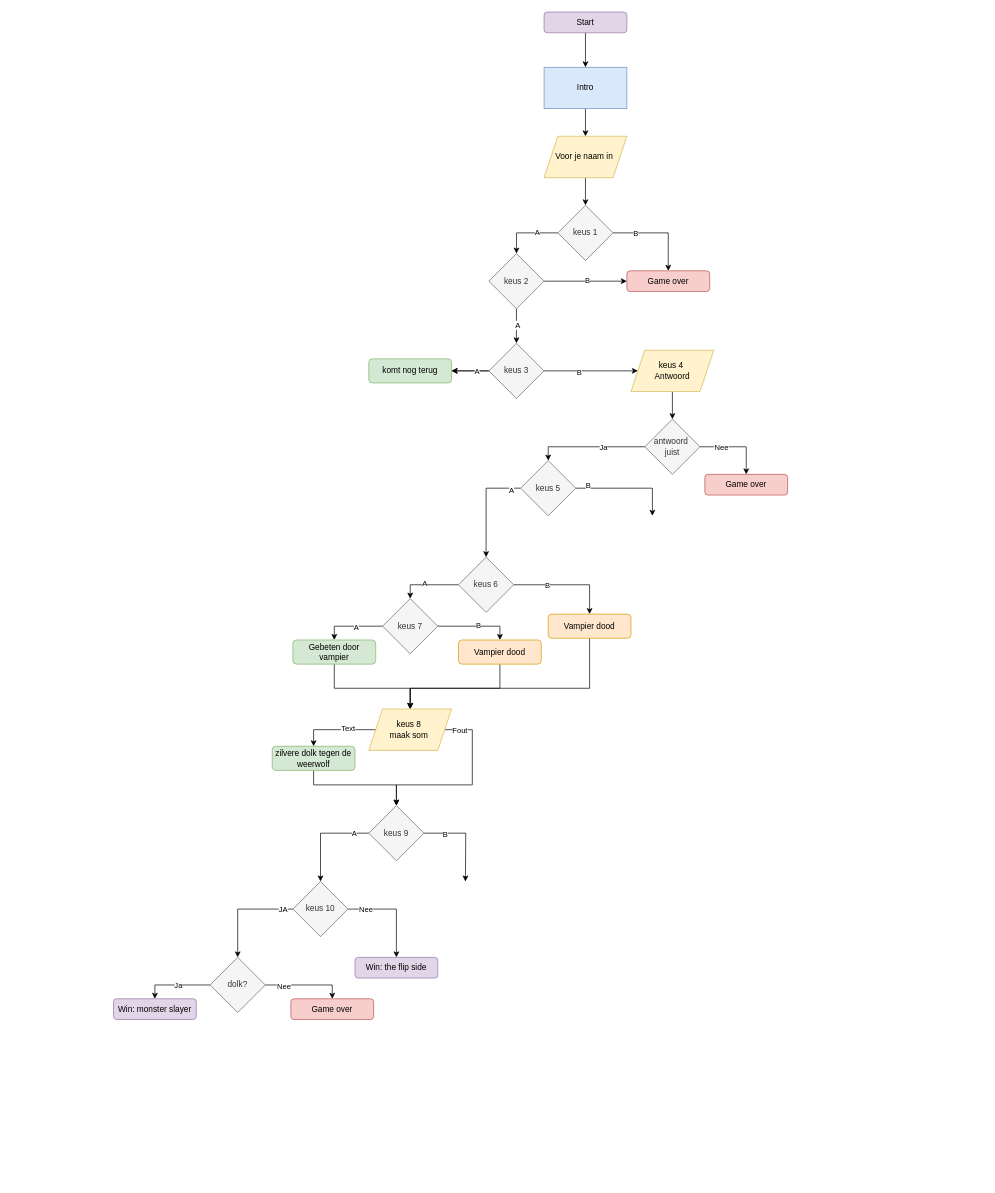
Earlier version of the draw.io diagram module_3/proef_3/week 9.drawio (RuoFeng207/leren_programmeren). Source tidied: cells renumbered, new cells numbered last; positions are measured from the earlier drawing's top-left corner, leaving out a move shared by most shapes. Both pictures are drawn from the tidied source at 69%, with x=0, y=0 at pixel (113, 12).
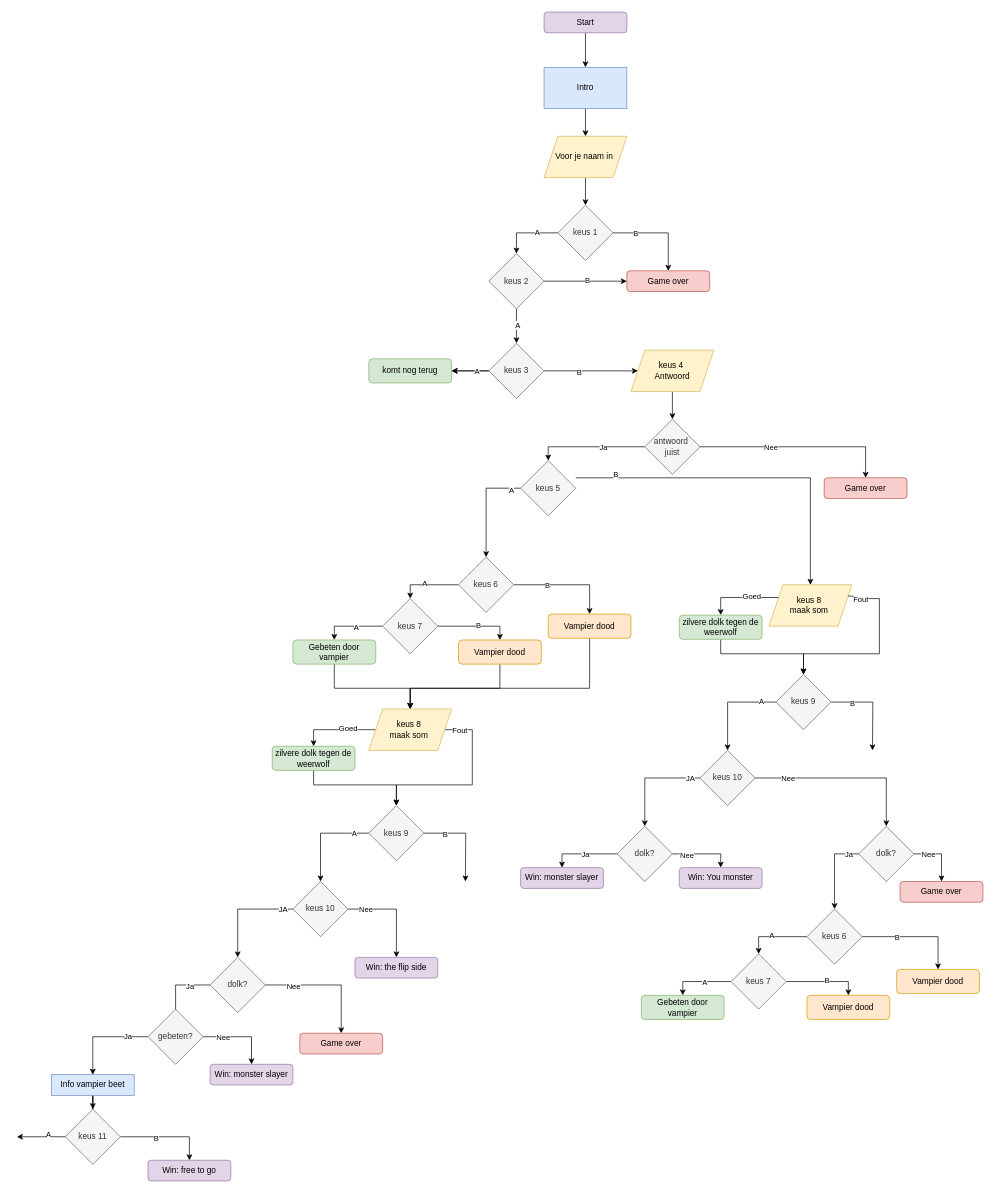
The same diagram, later.

Unchanged cells that the change refers to:
```xml
<mxCell id="37" value="keus 5" style="rhombus;whiteSpace=wrap;html=1;fillColor=#f5f5f5;fontColor=#333333;strokeColor=#666666;" parent="1" vertex="1">
  <mxGeometry x="590" y="650" width="80" height="80" as="geometry" />
</mxCell>
<mxCell id="57" style="edgeStyle=orthogonalEdgeStyle;rounded=0;jettySize=auto;html=1;entryX=0.5;entryY=0;entryDx=0;entryDy=0;" parent="1" edge="1" source="59" target="66">
  <mxGeometry relative="1" as="geometry" />
</mxCell>
<mxCell id="77" value="dolk?" style="rhombus;whiteSpace=wrap;html=1;fillColor=#f5f5f5;fontColor=#333333;strokeColor=#666666;" parent="1" vertex="1">
  <mxGeometry x="140" y="1370" width="80" height="80" as="geometry" />
</mxCell>
```

What changed in the source:
```diff
@@
-    <mxCell id="33" style="edgeStyle=orthogonalEdgeStyle;rounded=0;jettySize=auto;html=1;" parent="1" edge="1" source="37">
+    <mxCell id="33" style="edgeStyle=orthogonalEdgeStyle;rounded=0;jettySize=auto;html=1;entryX=0.5;entryY=0;entryDx=0;entryDy=0;" parent="1" edge="1" target="80">
       <mxGeometry relative="1" as="geometry">
-        <mxPoint x="781" y="730" as="targetPoint" />
+        <mxPoint x="670" y="675" as="sourcePoint" />
         <Array as="points">
-          <mxPoint x="781" y="690" />
+          <mxPoint x="1010" y="675" />
         </Array>
       </mxGeometry>
     </mxCell>
@@
     <mxCell id="38" value="Game over" style="rounded=1;whiteSpace=wrap;html=1;fillColor=#f8cecc;strokeColor=#b85450;" parent="1" vertex="1">
-      <mxGeometry x="857" y="670" width="120" height="30" as="geometry" />
+      <mxGeometry x="1030" y="675" width="120" height="30" as="geometry" />
     </mxCell>
@@
-    <mxCell id="58" value="Text" style="edgeLabel;html=1;align=center;verticalAlign=middle;" parent="57" vertex="1">
+    <mxCell id="58" value="Goed" style="edgeLabel;html=1;align=center;verticalAlign=middle;" parent="57" vertex="1">
       <mxGeometry x="-0.28" y="-2" relative="1" as="geometry" />
     </mxCell>
@@
-    <mxCell id="73" style="edgeStyle=orthogonalEdgeStyle;rounded=0;jettySize=auto;html=1;entryX=0.5;entryY=0;entryDx=0;entryDy=0;" parent="1" edge="1" source="77" target="78">
+    <mxCell id="73" style="edgeStyle=orthogonalEdgeStyle;rounded=0;jettySize=auto;html=1;" parent="1" edge="1" source="77" target="128">
       <mxGeometry relative="1" as="geometry" />
     </mxCell>
@@
-    <mxCell id="75" style="edgeStyle=orthogonalEdgeStyle;rounded=0;jettySize=auto;html=1;entryX=0.5;entryY=0;entryDx=0;entryDy=0;" parent="1" edge="1" source="77" target="79">
-      <mxGeometry relative="1" as="geometry" />
+    <mxCell id="75" style="edgeStyle=orthogonalEdgeStyle;rounded=0;jettySize=auto;html=1;entryX=0.5;entryY=0;entryDx=0;entryDy=0;" parent="1" edge="1" source="77" target="127">
+      <mxGeometry relative="1" as="geometry">
+        <Array as="points">
+          <mxPoint x="90" y="1410" />
+          <mxPoint x="90" y="1470" />
+        </Array>
+      </mxGeometry>
     </mxCell>
     <mxCell id="76" value="Ja" style="edgeLabel;html=1;align=center;verticalAlign=middle;" parent="75" vertex="1">
       <mxGeometry x="-0.04" relative="1" as="geometry">
-        <mxPoint x="1" as="offset" />
+        <mxPoint x="20" y="-14" as="offset" />
       </mxGeometry>
     </mxCell>
@@
-    <mxCell id="78" value="Game over" style="rounded=1;whiteSpace=wrap;html=1;fillColor=#f8cecc;strokeColor=#b85450;" parent="1" vertex="1">
-      <mxGeometry x="257" y="1430" width="120" height="30" as="geometry" />
-    </mxCell>
     <mxCell id="79" value="Win: monster slayer" style="rounded=1;whiteSpace=wrap;html=1;fillColor=#e1d5e7;strokeColor=#9673a6;" parent="1" vertex="1">
-      <mxGeometry y="1430" width="120" height="30" as="geometry" />
+      <mxGeometry x="140" y="1525" width="120" height="30" as="geometry" />
     </mxCell>
+    <mxCell id="80" value="keus 8&amp;nbsp;&lt;div&gt;maak som&amp;nbsp;&lt;/div&gt;" style="shape=parallelogram;perimeter=parallelogramPerimeter;whiteSpace=wrap;html=1;fixedSize=1;fillColor=#fff2cc;strokeColor=#d6b656;" parent="1" vertex="1">
+      <mxGeometry x="950" y="830" width="120" height="60" as="geometry" />
+    </mxCell>
+    <mxCell id="81" style="edgeStyle=orthogonalEdgeStyle;rounded=0;jettySize=auto;html=1;entryX=0.5;entryY=0;entryDx=0;entryDy=0;exitX=1;exitY=0.25;exitDx=0;exitDy=0;" parent="1" edge="1" source="80" target="89">
+      <mxGeometry relative="1" as="geometry">
+        <Array as="points">
+          <mxPoint x="1075" y="850" />
+          <mxPoint x="1110" y="850" />
+          <mxPoint x="1110" y="930" />
+          <mxPoint x="1000" y="930" />
+        </Array>
+      </mxGeometry>
+    </mxCell>
+    <mxCell id="82" value="Fout" style="edgeLabel;html=1;align=center;verticalAlign=middle;" parent="81" vertex="1">
+      <mxGeometry x="-0.78" y="1" relative="1" as="geometry">
+        <mxPoint x="-8" y="1" as="offset" />
+      </mxGeometry>
+    </mxCell>
+    <mxCell id="83" style="edgeStyle=orthogonalEdgeStyle;rounded=0;jettySize=auto;html=1;entryX=0.5;entryY=0;entryDx=0;entryDy=0;exitX=0;exitY=0.25;exitDx=0;exitDy=0;" parent="1" edge="1" source="80" target="91">
+      <mxGeometry relative="1" as="geometry" />
+    </mxCell>
+    <mxCell id="84" value="Goed" style="edgeLabel;html=1;align=center;verticalAlign=middle;" parent="83" vertex="1">
+      <mxGeometry x="-0.28" y="-2" relative="1" as="geometry" />
+    </mxCell>
+    <mxCell id="85" style="edgeStyle=orthogonalEdgeStyle;rounded=0;jettySize=auto;html=1;" parent="1" edge="1" source="89">
+      <mxGeometry relative="1" as="geometry">
+        <mxPoint x="1100" y="1070" as="targetPoint" />
+      </mxGeometry>
+    </mxCell>
+    <mxCell id="86" value="B" style="edgeLabel;html=1;align=center;verticalAlign=middle;" parent="85" vertex="1">
+      <mxGeometry x="-0.54" y="-1" relative="1" as="geometry" />
+    </mxCell>
+    <mxCell id="87" style="edgeStyle=orthogonalEdgeStyle;rounded=0;jettySize=auto;html=1;entryX=0.5;entryY=0;entryDx=0;entryDy=0;" parent="1" edge="1" source="89" target="96">
+      <mxGeometry relative="1" as="geometry" />
+    </mxCell>
+    <mxCell id="88" value="A" style="edgeLabel;html=1;align=center;verticalAlign=middle;" parent="87" vertex="1">
+      <mxGeometry x="-0.69" y="-1" relative="1" as="geometry" />
+    </mxCell>
+    <mxCell id="89" value="keus 9" style="rhombus;whiteSpace=wrap;html=1;fillColor=#f5f5f5;fontColor=#333333;strokeColor=#666666;" parent="1" vertex="1">
+      <mxGeometry x="960" y="960" width="80" height="80" as="geometry" />
+    </mxCell>
+    <mxCell id="90" style="edgeStyle=orthogonalEdgeStyle;rounded=0;jettySize=auto;html=1;entryX=0.5;entryY=0;entryDx=0;entryDy=0;" parent="1" edge="1" source="91" target="89">
+      <mxGeometry relative="1" as="geometry">
+        <Array as="points">
+          <mxPoint x="880" y="930" />
+          <mxPoint x="1000" y="930" />
+        </Array>
+      </mxGeometry>
+    </mxCell>
+    <mxCell id="91" value="zilvere dolk tegen de weerwolf" style="rounded=1;whiteSpace=wrap;html=1;fillColor=#d5e8d4;strokeColor=#82b366;" parent="1" vertex="1">
+      <mxGeometry x="820" y="874" width="120" height="35" as="geometry" />
+    </mxCell>
+    <mxCell id="92" style="edgeStyle=orthogonalEdgeStyle;rounded=0;jettySize=auto;html=1;entryX=0.5;entryY=0;entryDx=0;entryDy=0;" parent="1" edge="1" source="96" target="108">
+      <mxGeometry relative="1" as="geometry" />
+    </mxCell>
+    <mxCell id="93" value="Nee" style="edgeLabel;html=1;align=center;verticalAlign=middle;" parent="92" vertex="1">
+      <mxGeometry x="-0.64" relative="1" as="geometry" />
+    </mxCell>
+    <mxCell id="94" style="edgeStyle=orthogonalEdgeStyle;rounded=0;jettySize=auto;html=1;entryX=0.5;entryY=0;entryDx=0;entryDy=0;" parent="1" edge="1" source="96" target="101">
+      <mxGeometry relative="1" as="geometry" />
+    </mxCell>
+    <mxCell id="95" value="JA" style="edgeLabel;html=1;align=center;verticalAlign=middle;" parent="94" vertex="1">
+      <mxGeometry x="-0.8" relative="1" as="geometry" />
+    </mxCell>
+    <mxCell id="96" value="keus 10" style="rhombus;whiteSpace=wrap;html=1;fillColor=#f5f5f5;fontColor=#333333;strokeColor=#666666;" parent="1" vertex="1">
+      <mxGeometry x="850" y="1070" width="80" height="80" as="geometry" />
+    </mxCell>
+    <mxCell id="97" style="edgeStyle=orthogonalEdgeStyle;rounded=0;jettySize=auto;html=1;entryX=0.5;entryY=0;entryDx=0;entryDy=0;" parent="1" edge="1" source="101" target="103">
+      <mxGeometry relative="1" as="geometry" />
+    </mxCell>
+    <mxCell id="98" value="Nee" style="edgeLabel;html=1;align=center;verticalAlign=middle;" parent="97" vertex="1">
+      <mxGeometry x="-0.56" y="-1" relative="1" as="geometry" />
+    </mxCell>
+    <mxCell id="99" style="edgeStyle=orthogonalEdgeStyle;rounded=0;jettySize=auto;html=1;entryX=0.5;entryY=0;entryDx=0;entryDy=0;" parent="1" edge="1" source="101" target="102">
+      <mxGeometry relative="1" as="geometry" />
+    </mxCell>
+    <mxCell id="100" value="Ja" style="edgeLabel;html=1;align=center;verticalAlign=middle;" parent="99" vertex="1">
+      <mxGeometry x="-0.04" relative="1" as="geometry">
+        <mxPoint x="1" as="offset" />
+      </mxGeometry>
+    </mxCell>
+    <mxCell id="101" value="dolk?" style="rhombus;whiteSpace=wrap;html=1;fillColor=#f5f5f5;fontColor=#333333;strokeColor=#666666;" parent="1" vertex="1">
+      <mxGeometry x="730" y="1180" width="80" height="80" as="geometry" />
+    </mxCell>
+    <mxCell id="102" value="Win: monster slayer" style="rounded=1;whiteSpace=wrap;html=1;fillColor=#e1d5e7;strokeColor=#9673a6;" parent="1" vertex="1">
+      <mxGeometry x="590" y="1240" width="120" height="30" as="geometry" />
+    </mxCell>
+    <mxCell id="103" value="Win: You monster" style="rounded=1;whiteSpace=wrap;html=1;fillColor=#e1d5e7;strokeColor=#9673a6;" parent="1" vertex="1">
+      <mxGeometry x="820" y="1240" width="120" height="30" as="geometry" />
+    </mxCell>
+    <mxCell id="104" style="edgeStyle=orthogonalEdgeStyle;rounded=0;jettySize=auto;html=1;entryX=0.5;entryY=0;entryDx=0;entryDy=0;" parent="1" edge="1" source="108" target="122">
+      <mxGeometry relative="1" as="geometry">
+        <Array as="points">
+          <mxPoint x="1045" y="1220" />
+        </Array>
+      </mxGeometry>
+    </mxCell>
+    <mxCell id="105" value="Ja" style="edgeLabel;html=1;align=center;verticalAlign=middle;" parent="104" vertex="1">
+      <mxGeometry x="-0.13" relative="1" as="geometry">
+        <mxPoint x="20" y="-15" as="offset" />
+      </mxGeometry>
+    </mxCell>
+    <mxCell id="106" style="edgeStyle=orthogonalEdgeStyle;rounded=0;jettySize=auto;html=1;exitX=1;exitY=0.5;exitDx=0;exitDy=0;entryX=0.5;entryY=0;entryDx=0;entryDy=0;" parent="1" edge="1" source="108" target="109">
+      <mxGeometry relative="1" as="geometry" />
+    </mxCell>
+    <mxCell id="107" value="Nee" style="edgeLabel;html=1;align=center;verticalAlign=middle;" parent="106" vertex="1">
+      <mxGeometry x="-0.15" y="2" relative="1" as="geometry">
+        <mxPoint x="-14" y="2" as="offset" />
+      </mxGeometry>
+    </mxCell>
+    <mxCell id="108" value="dolk?" style="rhombus;whiteSpace=wrap;html=1;fillColor=#f5f5f5;fontColor=#333333;strokeColor=#666666;" parent="1" vertex="1">
+      <mxGeometry x="1080" y="1180" width="80" height="80" as="geometry" />
+    </mxCell>
+    <mxCell id="109" value="Game over" style="rounded=1;whiteSpace=wrap;html=1;fillColor=#f8cecc;strokeColor=#b85450;" parent="1" vertex="1">
+      <mxGeometry x="1140" y="1260" width="120" height="30" as="geometry" />
+    </mxCell>
+    <mxCell id="110" style="edgeStyle=orthogonalEdgeStyle;rounded=0;jettySize=auto;html=1;entryX=0.5;entryY=0;entryDx=0;entryDy=0;exitX=0;exitY=0.5;exitDx=0;exitDy=0;" parent="1" edge="1" source="122" target="118">
+      <mxGeometry relative="1" as="geometry" />
+    </mxCell>
+    <mxCell id="111" value="A" style="edgeLabel;html=1;align=center;verticalAlign=middle;" parent="110" vertex="1">
+      <mxGeometry x="0.08" y="-3" relative="1" as="geometry">
+        <mxPoint x="-1" as="offset" />
+      </mxGeometry>
+    </mxCell>
+    <mxCell id="112" style="edgeStyle=orthogonalEdgeStyle;rounded=0;jettySize=auto;html=1;entryX=0.5;entryY=0;entryDx=0;entryDy=0;exitX=1;exitY=0.5;exitDx=0;exitDy=0;" parent="1" edge="1" source="122" target="121">
+      <mxGeometry relative="1" as="geometry" />
+    </mxCell>
+    <mxCell id="113" value="B" style="edgeLabel;html=1;align=center;verticalAlign=middle;" parent="112" vertex="1">
+      <mxGeometry x="-0.37" relative="1" as="geometry" />
+    </mxCell>
+    <mxCell id="114" style="edgeStyle=orthogonalEdgeStyle;rounded=0;jettySize=auto;html=1;entryX=0.5;entryY=0;entryDx=0;entryDy=0;" parent="1" edge="1" source="118" target="119">
+      <mxGeometry relative="1" as="geometry" />
+    </mxCell>
+    <mxCell id="115" value="B" style="edgeLabel;html=1;align=center;verticalAlign=middle;" parent="114" vertex="1">
+      <mxGeometry x="0.05" y="2" relative="1" as="geometry" />
+    </mxCell>
+    <mxCell id="116" style="edgeStyle=orthogonalEdgeStyle;rounded=0;jettySize=auto;html=1;entryX=0.5;entryY=0;entryDx=0;entryDy=0;" parent="1" edge="1" source="118" target="120">
+      <mxGeometry relative="1" as="geometry" />
+    </mxCell>
+    <mxCell id="117" value="A" style="edgeLabel;html=1;align=center;verticalAlign=middle;" parent="116" vertex="1">
+      <mxGeometry x="-0.13" y="1" relative="1" as="geometry" />
+    </mxCell>
+    <mxCell id="118" value="keus 7" style="rhombus;whiteSpace=wrap;html=1;fillColor=#f5f5f5;fontColor=#333333;strokeColor=#666666;" parent="1" vertex="1">
+      <mxGeometry x="895" y="1365" width="80" height="80" as="geometry" />
+    </mxCell>
+    <mxCell id="119" value="Vampier dood" style="rounded=1;whiteSpace=wrap;html=1;fillColor=#ffe6cc;strokeColor=#d79b00;" parent="1" vertex="1">
+      <mxGeometry x="1005" y="1425" width="120" height="35" as="geometry" />
+    </mxCell>
+    <mxCell id="120" value="Gebeten door vampier" style="rounded=1;whiteSpace=wrap;html=1;fillColor=#d5e8d4;strokeColor=#82b366;" parent="1" vertex="1">
+      <mxGeometry x="765" y="1425" width="120" height="35" as="geometry" />
+    </mxCell>
+    <mxCell id="121" value="Vampier dood" style="rounded=1;whiteSpace=wrap;html=1;fillColor=#ffe6cc;strokeColor=#d79b00;" parent="1" vertex="1">
+      <mxGeometry x="1135" y="1387.5" width="120" height="35" as="geometry" />
+    </mxCell>
+    <mxCell id="122" value="keus 6" style="rhombus;whiteSpace=wrap;html=1;fillColor=#f5f5f5;fontColor=#333333;strokeColor=#666666;" parent="1" vertex="1">
+      <mxGeometry x="1005" y="1300" width="80" height="80" as="geometry" />
+    </mxCell>
+    <mxCell id="123" style="edgeStyle=orthogonalEdgeStyle;rounded=0;jettySize=auto;html=1;entryX=0.5;entryY=0;entryDx=0;entryDy=0;" parent="1" edge="1" source="127" target="79">
+      <mxGeometry relative="1" as="geometry" />
+    </mxCell>
+    <mxCell id="124" value="Nee" style="edgeLabel;html=1;align=center;verticalAlign=middle;" parent="123" vertex="1">
+      <mxGeometry x="-0.5" relative="1" as="geometry" />
+    </mxCell>
+    <mxCell id="125" style="edgeStyle=orthogonalEdgeStyle;rounded=0;jettySize=auto;html=1;entryX=0.5;entryY=0;entryDx=0;entryDy=0;" parent="1" edge="1" source="127" target="130">
+      <mxGeometry relative="1" as="geometry" />
+    </mxCell>
+    <mxCell id="126" value="Ja" style="edgeLabel;html=1;align=center;verticalAlign=middle;" parent="125" vertex="1">
+      <mxGeometry x="-0.55" y="-1" relative="1" as="geometry" />
+    </mxCell>
+    <mxCell id="127" value="gebeten?" style="rhombus;whiteSpace=wrap;html=1;fillColor=#f5f5f5;fontColor=#333333;strokeColor=#666666;" parent="1" vertex="1">
+      <mxGeometry x="50" y="1445" width="80" height="80" as="geometry" />
+    </mxCell>
+    <mxCell id="128" value="Game over" style="rounded=1;whiteSpace=wrap;html=1;fillColor=#f8cecc;strokeColor=#b85450;" parent="1" vertex="1">
+      <mxGeometry x="270" y="1480" width="120" height="30" as="geometry" />
+    </mxCell>
+    <mxCell id="129" style="edgeStyle=orthogonalEdgeStyle;rounded=0;jettySize=auto;html=1;entryX=0.5;entryY=0;entryDx=0;entryDy=0;" parent="1" edge="1" source="130" target="135">
+      <mxGeometry relative="1" as="geometry" />
+    </mxCell>
+    <mxCell id="130" value="Info vampier beet" style="rounded=0;whiteSpace=wrap;html=1;fillColor=#dae8fc;strokeColor=#6c8ebf;" parent="1" vertex="1">
+      <mxGeometry x="-90" y="1540" width="120" height="30" as="geometry" />
+    </mxCell>
+    <mxCell id="131" style="edgeStyle=orthogonalEdgeStyle;rounded=0;jettySize=auto;html=1;" parent="1" edge="1" source="135">
+      <mxGeometry relative="1" as="geometry">
+        <mxPoint x="-140" y="1630" as="targetPoint" />
+      </mxGeometry>
+    </mxCell>
+    <mxCell id="132" value="A" style="edgeLabel;html=1;align=center;verticalAlign=middle;" parent="131" vertex="1">
+      <mxGeometry x="-0.28" y="-4" relative="1" as="geometry" />
+    </mxCell>
+    <mxCell id="133" style="edgeStyle=orthogonalEdgeStyle;rounded=0;jettySize=auto;html=1;entryX=0.5;entryY=0;entryDx=0;entryDy=0;" parent="1" edge="1" source="135" target="136">
+      <mxGeometry relative="1" as="geometry">
+        <Array as="points">
+          <mxPoint x="110" y="1630" />
+        </Array>
+      </mxGeometry>
+    </mxCell>
+    <mxCell id="134" value="B" style="edgeLabel;html=1;align=center;verticalAlign=middle;" parent="133" vertex="1">
+      <mxGeometry x="-0.24" y="-2" relative="1" as="geometry" />
+    </mxCell>
+    <mxCell id="135" value="keus 11" style="rhombus;whiteSpace=wrap;html=1;fillColor=#f5f5f5;fontColor=#333333;strokeColor=#666666;" parent="1" vertex="1">
+      <mxGeometry x="-70" y="1590" width="80" height="80" as="geometry" />
+    </mxCell>
+    <mxCell id="136" value="Win: free to go" style="rounded=1;whiteSpace=wrap;html=1;fillColor=#e1d5e7;strokeColor=#9673a6;" parent="1" vertex="1">
+      <mxGeometry x="50" y="1664" width="120" height="30" as="geometry" />
+    </mxCell>
```
